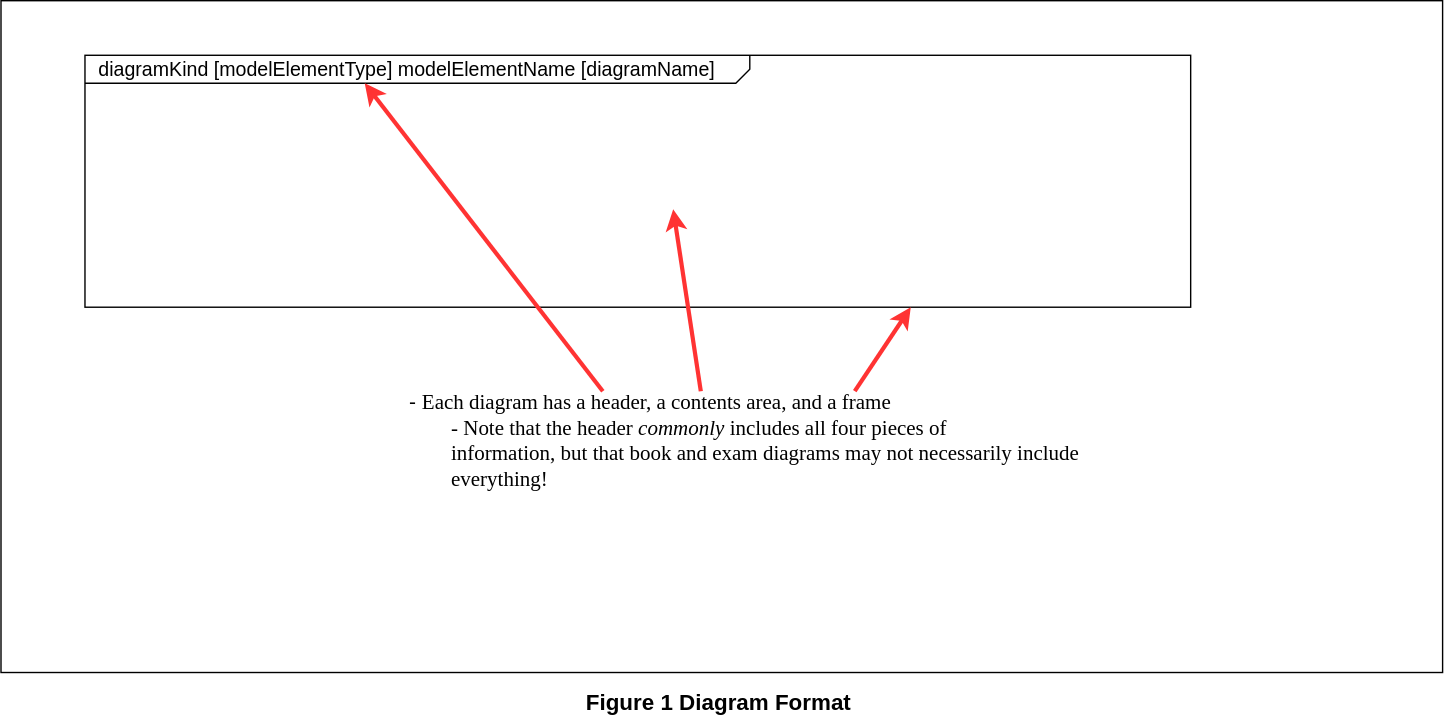
Earlier version of the draw.io export SysML Lessons/SVGs/Diagrams Format.svg (JeffreyWerth/AWS-Architecture-Model-Repository). Source tidied: cells renumbered, new cells last; positions are measured from the earlier drawing's top-left corner, leaving out a move shared by most shapes.
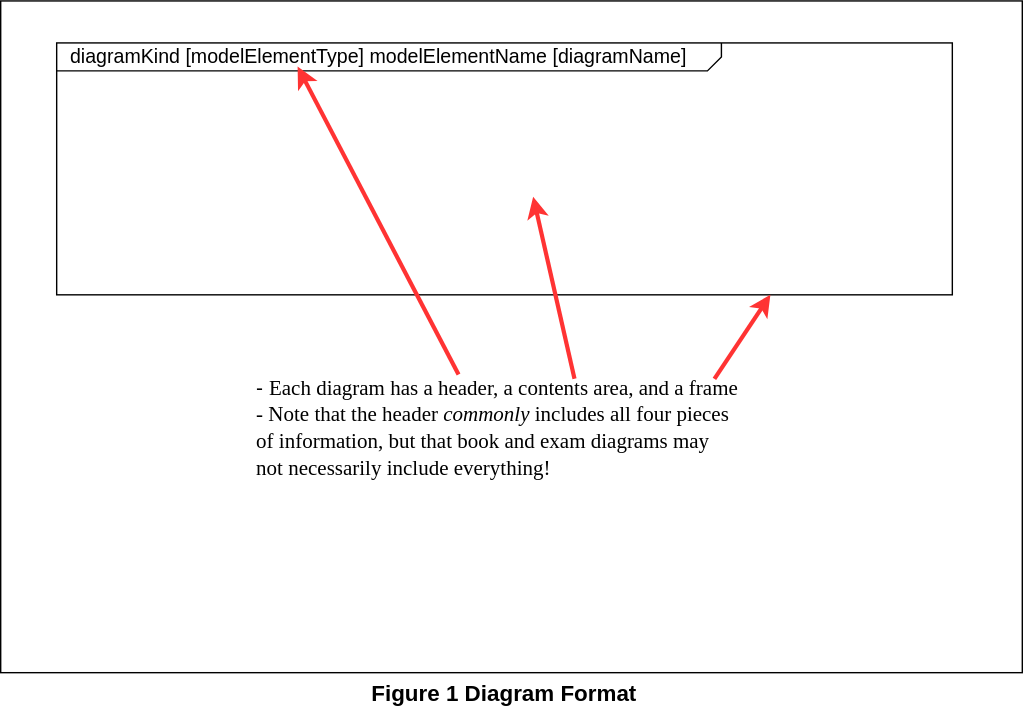
The same file after the commit.

Commit message:
Updatad Diagram Format SVG

Change to the diagram source:
```diff
@@ -3,27 +3,29 @@
     <mxCell id="0" style="html=1;" />
     <mxCell id="1" style="html=1;" parent="0" />
     <mxCell id="2" style="rounded=0;whiteSpace=wrap;html=1;" parent="1" vertex="1">
-      <mxGeometry width="1030" height="480" as="geometry" />
+      <mxGeometry x="20" y="9" width="730" height="480" as="geometry" />
     </mxCell>
     <mxCell id="3" value="&lt;font style=&quot;font-size: 16px;&quot;&gt;Figure 1 Diagram Format&lt;/font&gt;" style="text;html=1;strokeColor=none;fillColor=none;align=center;verticalAlign=middle;whiteSpace=wrap;rounded=0;fontStyle=1;fontSize=16;" parent="1" vertex="1">
-      <mxGeometry x="392.5" y="486" width="240" height="30" as="geometry" />
+      <mxGeometry x="260" y="489" width="240" height="30" as="geometry" />
     </mxCell>
     <mxCell id="4" value="&lt;p style=&quot;text-align: left; margin: 4px 0px 0px 10px; line-height: 90%; font-size: 14px;&quot;&gt;&lt;span style=&quot;border-color: var(--border-color);&quot;&gt;diagramKind&lt;/span&gt;&lt;span style=&quot;border-color: var(--border-color);&quot;&gt;&amp;nbsp;[&lt;/span&gt;&lt;span style=&quot;border-color: var(--border-color);&quot;&gt;modelElementType&lt;/span&gt;&lt;span style=&quot;border-color: var(--border-color);&quot;&gt;]&amp;nbsp;&lt;/span&gt;&lt;span style=&quot;border-color: var(--border-color);&quot;&gt;modelElementName&lt;/span&gt;&lt;span style=&quot;border-color: var(--border-color);&quot;&gt;&amp;nbsp;[&lt;/span&gt;&lt;span style=&quot;border-color: var(--border-color);&quot;&gt;diagramName&lt;/span&gt;&lt;span style=&quot;border-color: var(--border-color);&quot;&gt;]&lt;/span&gt;&lt;br&gt;&lt;/p&gt;" style="html=1;shape=mxgraph.sysml.package;html=1;overflow=fill;whiteSpace=wrap;fontSize=16;labelX=475.33;" parent="1" vertex="1">
-      <mxGeometry x="60" y="39" width="790" height="180" as="geometry" />
+      <mxGeometry x="60" y="39" width="640" height="180" as="geometry" />
     </mxCell>
-    <mxCell id="5" value="&lt;div style=&quot;font-size: 15px;&quot; class=&quot;O0&quot;&gt;&lt;font style=&quot;font-size: 15px;&quot;&gt;-&amp;nbsp;&lt;span style=&quot;font-family: &amp;quot;Avenir Next LT Pro&amp;quot;;&quot;&gt;Each diagram has a header, a contents area, and a frame&lt;/span&gt;&lt;/font&gt;&lt;/div&gt;&lt;font style=&quot;font-size: 15px;&quot;&gt;&lt;span style=&quot;background-color: initial; font-family: &amp;quot;Avenir Next LT Pro&amp;quot;;&quot;&gt;&lt;span style=&quot;white-space: pre;&quot;&gt;&#9;&lt;/span&gt;- Note that the header &lt;/span&gt;&lt;span style=&quot;background-color: initial; font-family: &amp;quot;Avenir Next LT Pro&amp;quot;; font-style: italic;&quot;&gt;commonly&lt;/span&gt;&lt;span style=&quot;background-color: initial; font-family: &amp;quot;Avenir Next LT Pro&amp;quot;;&quot;&gt; includes all four pieces of&lt;/span&gt;&lt;br&gt;&lt;/font&gt;&lt;div style=&quot;font-size: 15px;&quot; class=&quot;O1&quot;&gt;&lt;span style=&quot;font-family: &amp;quot;Avenir Next LT Pro&amp;quot;;&quot;&gt;&lt;font style=&quot;font-size: 15px;&quot;&gt;&lt;span style=&quot;white-space: pre;&quot;&gt;&#9;&lt;/span&gt;information, but that book and exam diagrams may not necessarily include&lt;br&gt;&lt;span style=&quot;white-space: pre;&quot;&gt;&#9;&lt;/span&gt;everything!&lt;/font&gt;&lt;/span&gt;&lt;/div&gt;" style="text;html=1;strokeColor=none;fillColor=none;align=left;verticalAlign=middle;whiteSpace=wrap;rounded=0;fontSize=16;" parent="1" vertex="1">
-      <mxGeometry x="290" y="249" width="560" height="130" as="geometry" />
+    <mxCell id="5" value="&lt;div style=&quot;font-size: 15px;&quot; class=&quot;O0&quot;&gt;&lt;font style=&quot;font-size: 15px;&quot;&gt;-&amp;nbsp;&lt;span style=&quot;font-family: &amp;quot;Avenir Next LT Pro&amp;quot;;&quot;&gt;Each diagram has a header, a contents area, and a frame&lt;/span&gt;&lt;/font&gt;&lt;/div&gt;&lt;font style=&quot;font-size: 15px;&quot;&gt;&lt;span style=&quot;background-color: initial; font-family: &amp;quot;Avenir Next LT Pro&amp;quot;;&quot;&gt;- Note that the header &lt;/span&gt;&lt;span style=&quot;background-color: initial; font-family: &amp;quot;Avenir Next LT Pro&amp;quot;; font-style: italic;&quot;&gt;commonly&lt;/span&gt;&lt;span style=&quot;background-color: initial; font-family: &amp;quot;Avenir Next LT Pro&amp;quot;;&quot;&gt; includes all four pieces of&amp;nbsp;&lt;/span&gt;&lt;span style=&quot;font-family: &amp;quot;Avenir Next LT Pro&amp;quot;; background-color: initial;&quot;&gt;information, but that book and exam diagrams may not&lt;/span&gt;&lt;span style=&quot;font-family: &amp;quot;Avenir Next LT Pro&amp;quot;; background-color: initial;&quot;&gt;&amp;nbsp;&lt;/span&gt;&lt;span style=&quot;font-family: &amp;quot;Avenir Next LT Pro&amp;quot;; background-color: initial;&quot;&gt;necessarily include everything!&lt;/span&gt;&lt;span style=&quot;font-family: &amp;quot;Avenir Next LT Pro&amp;quot;; background-color: initial;&quot;&gt;&lt;br&gt;&lt;/span&gt;&lt;/font&gt;" style="text;html=1;strokeColor=none;fillColor=none;align=left;verticalAlign=middle;whiteSpace=wrap;rounded=0;fontSize=16;" parent="1" vertex="1">
+      <mxGeometry x="201.2" y="249" width="377.5" height="130" as="geometry" />
     </mxCell>
-    <mxCell id="6" style="endArrow=classic;html=1;rounded=0;fontSize=15;entryX=0.253;entryY=0.111;entryDx=0;entryDy=0;entryPerimeter=0;exitX=0.25;exitY=0.231;exitDx=0;exitDy=0;exitPerimeter=0;strokeColor=#FF3333;strokeWidth=3;" parent="1" edge="1" source="5" target="4">
-      <mxGeometry relative="1" as="geometry" />
+    <mxCell id="6" style="endArrow=classic;html=1;rounded=0;fontSize=15;entryX=0.269;entryY=0.094;entryDx=0;entryDy=0;entryPerimeter=0;strokeColor=#FF3333;strokeWidth=3;" parent="1" edge="1" target="4">
+      <mxGeometry relative="1" as="geometry">
+        <mxPoint x="347.2" y="276" as="sourcePoint" />
+      </mxGeometry>
     </mxCell>
-    <mxCell id="7" style="endArrow=classic;html=1;rounded=0;fontSize=15;entryX=0.532;entryY=0.611;entryDx=0;entryDy=0;entryPerimeter=0;strokeWidth=3;strokeColor=#FF3333;exitX=0.375;exitY=0.231;exitDx=0;exitDy=0;exitPerimeter=0;" parent="1" edge="1" source="5" target="4">
+    <mxCell id="7" style="endArrow=classic;html=1;rounded=0;fontSize=15;entryX=0.532;entryY=0.611;entryDx=0;entryDy=0;entryPerimeter=0;strokeWidth=3;strokeColor=#FF3333;exitX=0.606;exitY=0.231;exitDx=0;exitDy=0;exitPerimeter=0;" parent="1" edge="1" source="5" target="4">
       <mxGeometry relative="1" as="geometry" />
     </mxCell>
     <mxCell id="8" style="endArrow=classic;html=1;rounded=0;fontSize=15;entryX=0.253;entryY=0.111;entryDx=0;entryDy=0;entryPerimeter=0;strokeColor=#FF3333;strokeWidth=3;" parent="1" edge="1">
       <mxGeometry relative="1" as="geometry">
-        <mxPoint x="610" y="279" as="sourcePoint" />
-        <mxPoint x="650" y="219" as="targetPoint" />
+        <mxPoint x="530" y="279" as="sourcePoint" />
+        <mxPoint x="570" y="219" as="targetPoint" />
       </mxGeometry>
     </mxCell>
   </root>
```
